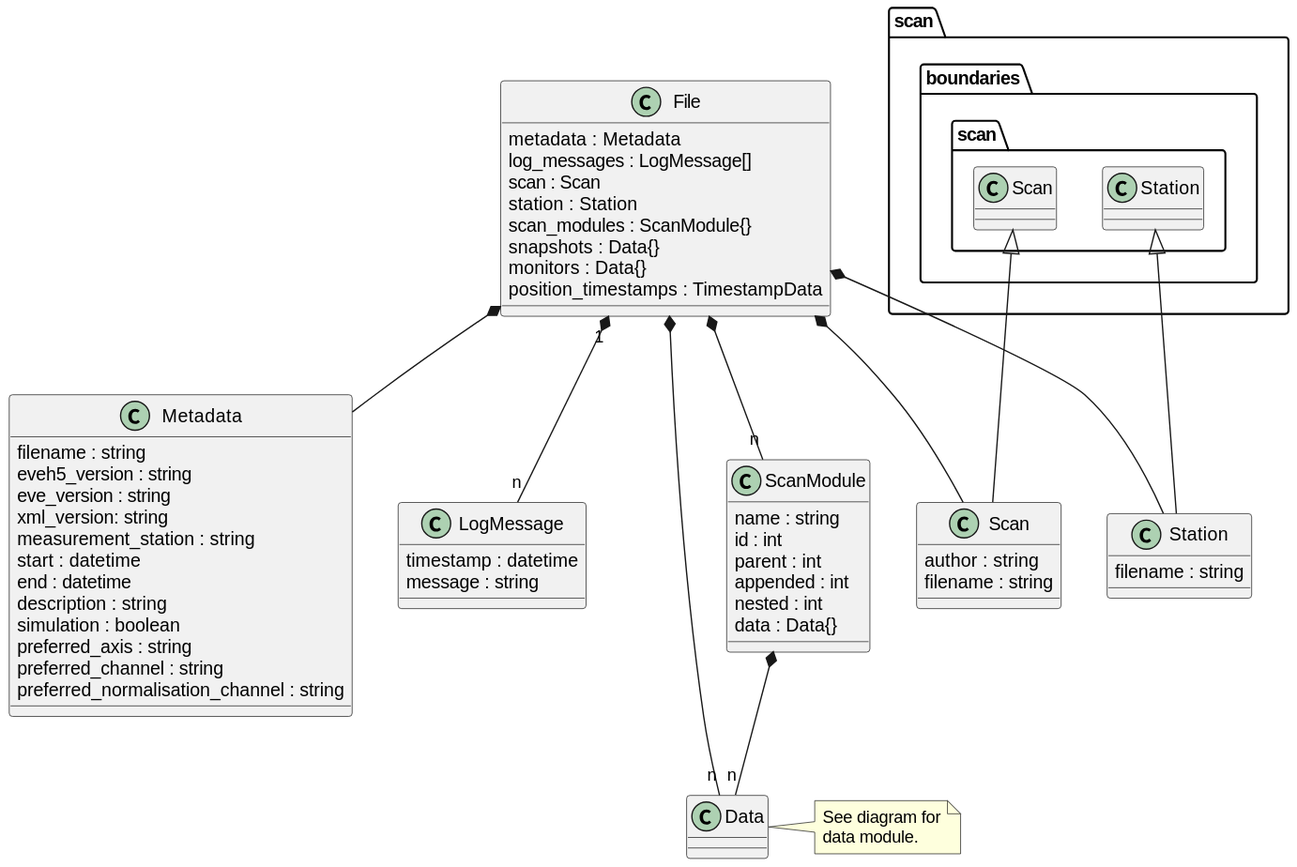
Before: docs/uml/evedata.evefile.entities.file.svg, a diagram exported from PlantUML (tillbiskup/evedata).
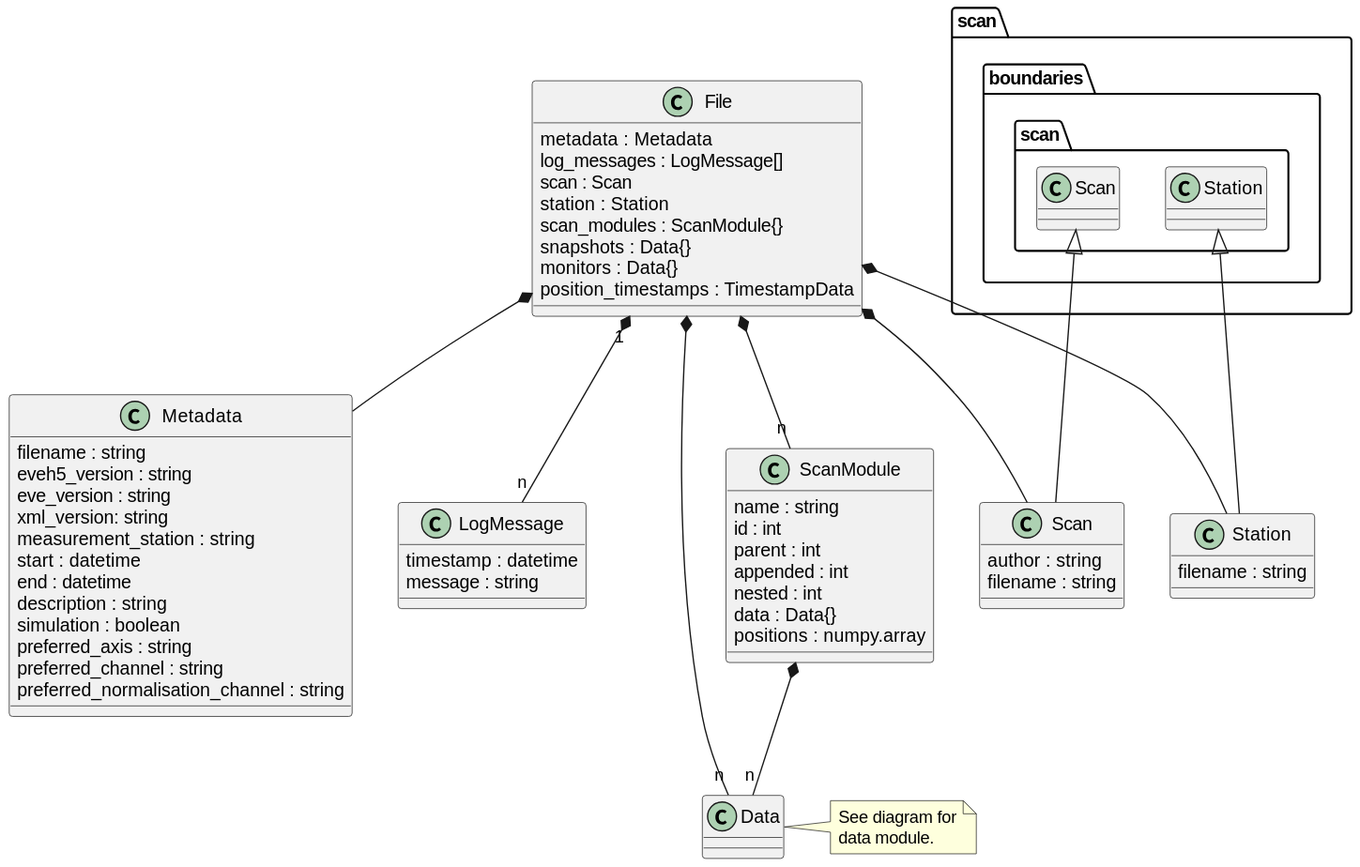
After the change.

What changed in the source:
```diff
@@ -41,6 +41,7 @@
     appended : int
     nested : int
     data : Data{}
+    positions : numpy.array
 }
 
 ScanModule *-- "n" Data
```
